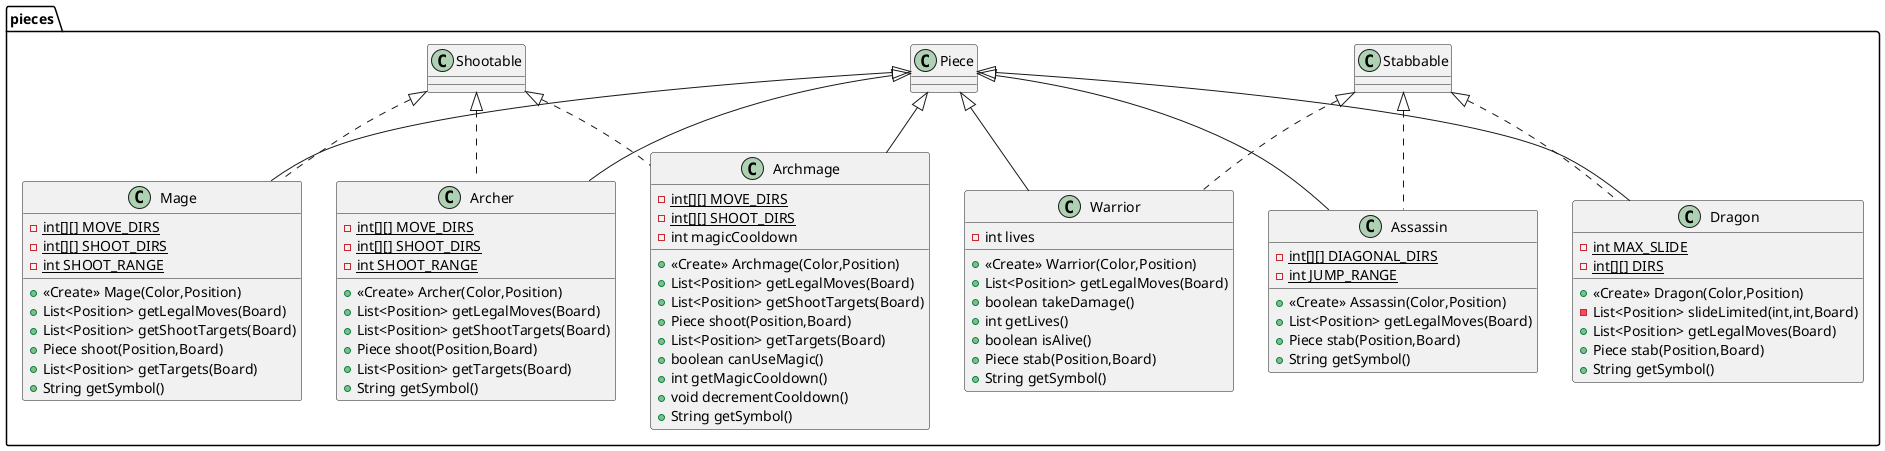
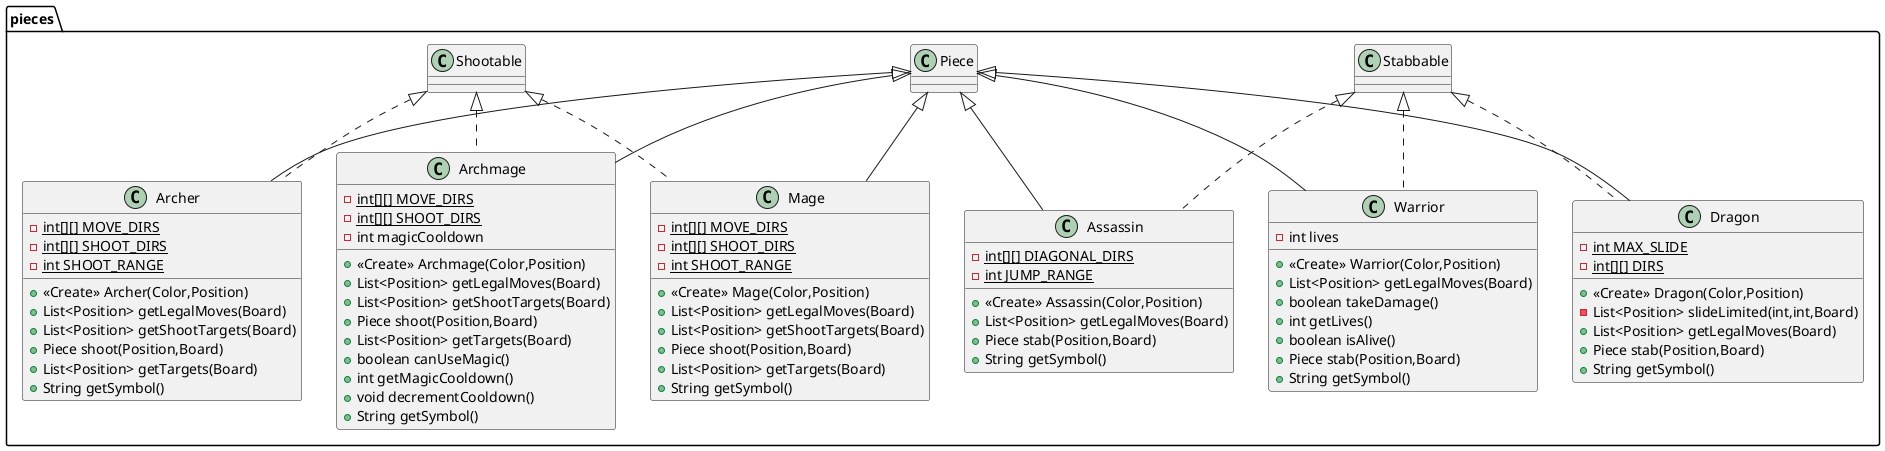
@startuml
- class pieces.Assassin {
- - {static} int[][] DIAGONAL_DIRS
- - {static} int JUMP_RANGE
- + <<Create>> Assassin(Color,Position)
+ class pieces.Warrior {
+ - int lives
+ + <<Create>> Warrior(Color,Position)
+ List<Position> getLegalMoves(Board)
+ + boolean takeDamage()
+ + int getLives()
+ + boolean isAlive()
+ Piece stab(Position,Board)
- + String getSymbol()
- }
- 
- 
- class pieces.Archer {
- - {static} int[][] MOVE_DIRS
- - {static} int[][] SHOOT_DIRS
- - {static} int SHOOT_RANGE
- + <<Create>> Archer(Color,Position)
- + List<Position> getLegalMoves(Board)
- + List<Position> getShootTargets(Board)
- + Piece shoot(Position,Board)
- + List<Position> getTargets(Board)
+ String getSymbol()
}


class pieces.Dragon {
- {static} int MAX_SLIDE
- {static} int[][] DIRS
+ <<Create>> Dragon(Color,Position)
- List<Position> slideLimited(int,int,Board)
+ List<Position> getLegalMoves(Board)
+ Piece stab(Position,Board)
+ String getSymbol()
}


class pieces.Archmage {
- {static} int[][] MOVE_DIRS
- {static} int[][] SHOOT_DIRS
- int magicCooldown
+ <<Create>> Archmage(Color,Position)
+ List<Position> getLegalMoves(Board)
+ List<Position> getShootTargets(Board)
+ Piece shoot(Position,Board)
+ List<Position> getTargets(Board)
+ boolean canUseMagic()
+ int getMagicCooldown()
+ void decrementCooldown()
+ String getSymbol()
}


- class pieces.Warrior {
- - int lives
- + <<Create>> Warrior(Color,Position)
- + List<Position> getLegalMoves(Board)
- + boolean takeDamage()
- + int getLives()
- + boolean isAlive()
- + Piece stab(Position,Board)
- + String getSymbol()
- }
- 
- 
class pieces.Mage {
- {static} int[][] MOVE_DIRS
- {static} int[][] SHOOT_DIRS
- {static} int SHOOT_RANGE
+ <<Create>> Mage(Color,Position)
+ List<Position> getLegalMoves(Board)
+ List<Position> getShootTargets(Board)
+ Piece shoot(Position,Board)
+ List<Position> getTargets(Board)
+ String getSymbol()
}


+ class pieces.Archer {
+ - {static} int[][] MOVE_DIRS
+ - {static} int[][] SHOOT_DIRS
+ - {static} int SHOOT_RANGE
+ + <<Create>> Archer(Color,Position)
+ + List<Position> getLegalMoves(Board)
+ + List<Position> getShootTargets(Board)
+ + Piece shoot(Position,Board)
+ + List<Position> getTargets(Board)
+ + String getSymbol()
+ }


- pieces.Stabbable <|.. pieces.Assassin
- pieces.Piece <|-- pieces.Assassin
- pieces.Shootable <|.. pieces.Archer
- pieces.Piece <|-- pieces.Archer
+ class pieces.Assassin {
+ - {static} int[][] DIAGONAL_DIRS
+ - {static} int JUMP_RANGE
+ + <<Create>> Assassin(Color,Position)
+ + List<Position> getLegalMoves(Board)
+ + Piece stab(Position,Board)
+ + String getSymbol()
+ }
+ 
+ 
+ 
+ 
+ pieces.Stabbable <|.. pieces.Warrior
+ pieces.Piece <|-- pieces.Warrior
pieces.Stabbable <|.. pieces.Dragon
pieces.Piece <|-- pieces.Dragon
pieces.Shootable <|.. pieces.Archmage
pieces.Piece <|-- pieces.Archmage
- pieces.Stabbable <|.. pieces.Warrior
- pieces.Piece <|-- pieces.Warrior
pieces.Shootable <|.. pieces.Mage
pieces.Piece <|-- pieces.Mage
+ pieces.Shootable <|.. pieces.Archer
+ pieces.Piece <|-- pieces.Archer
+ pieces.Stabbable <|.. pieces.Assassin
+ pieces.Piece <|-- pieces.Assassin
@enduml